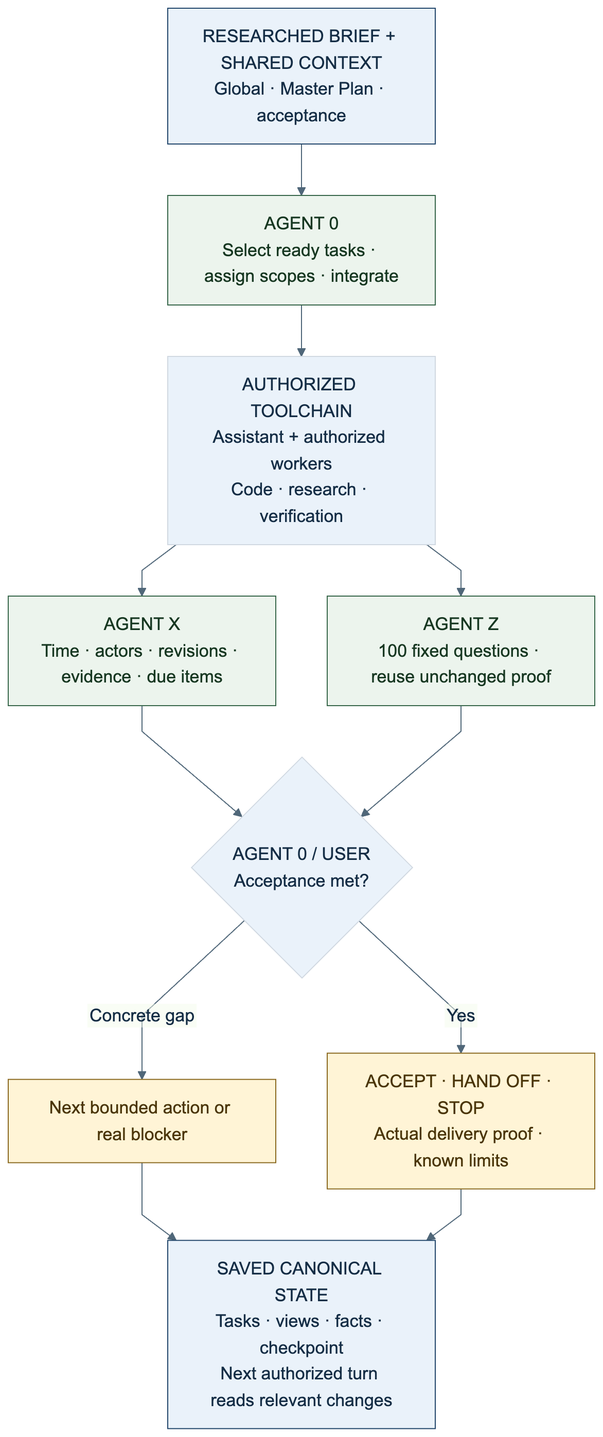
Before: docs/assets/systemx-coordination.png, a diagram exported from Mermaid (WayneTechLab/dotSYSTEMX). Its source is kept beside it as docs/assets/systemx-coordination.mmd.
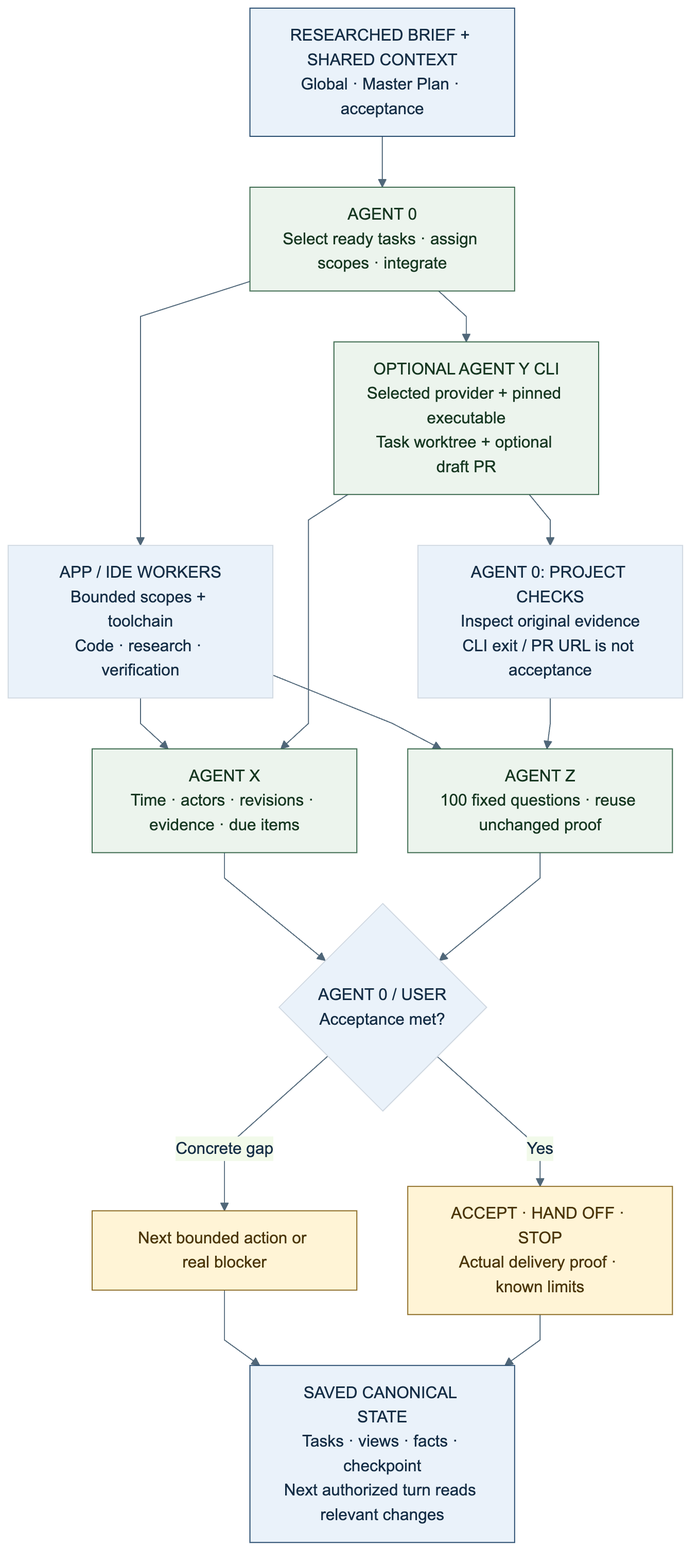
The same diagram one commit later.

Diff of the diagram source:
```diff
@@ -1,8 +1,12 @@
 flowchart TB
   Brief["RESEARCHED BRIEF + SHARED CONTEXT<br/>Global · Master Plan · acceptance"] --> A0["AGENT 0<br/>Select ready tasks · assign scopes · integrate"]
-  A0 --> W["AUTHORIZED TOOLCHAIN<br/>Assistant + authorized workers<br/>Code · research · verification"]
+  A0 --> W["APP / IDE WORKERS<br/>Bounded scopes + toolchain<br/>Code · research · verification"]
+  A0 --> Y["OPTIONAL AGENT Y CLI<br/>Selected provider + pinned executable<br/>Task worktree + optional draft PR"]
   W --> X["AGENT X<br/>Time · actors · revisions · evidence · due items"]
   W --> Z["AGENT Z<br/>100 fixed questions · reuse unchanged proof"]
+  Y --> X
+  Y --> Checks["AGENT 0: PROJECT CHECKS<br/>Inspect original evidence<br/>CLI exit / PR URL is not acceptance"]
+  Checks --> Z
   X --> Decision
   Z --> Decision{"AGENT 0 / USER<br/>Acceptance met?"}
   Decision -->|Yes| Finish["ACCEPT · HAND OFF · STOP<br/>Actual delivery proof · known limits"]
@@ -13,5 +17,5 @@
   classDef role fill:#ECF4ED,stroke:#38674B,color:#163721
   classDef finish fill:#FFF4D6,stroke:#8A6920,color:#4A3508
   class Brief,Saved context
-  class A0,X,Z role
+  class A0,X,Y,Z role
   class Finish,Next finish
```
